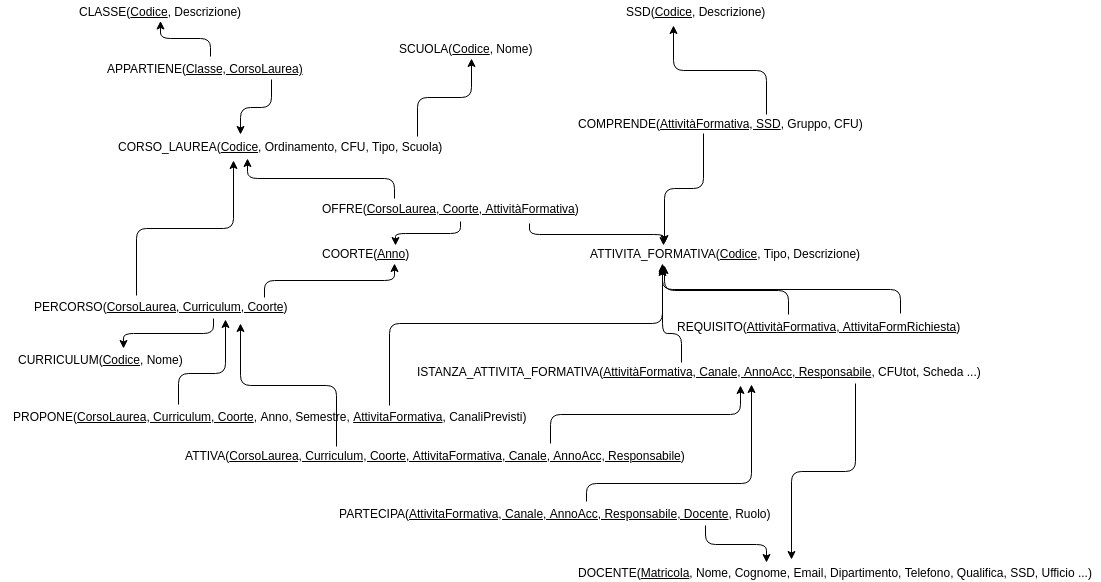
The draw.io diagram Schemas/relational model.png in lucamoroz/Didactics_DB, before a commit. Source tidied: cells renumbered, new cells last; positions are measured from the earlier drawing's top-left corner, leaving out a move shared by most shapes.
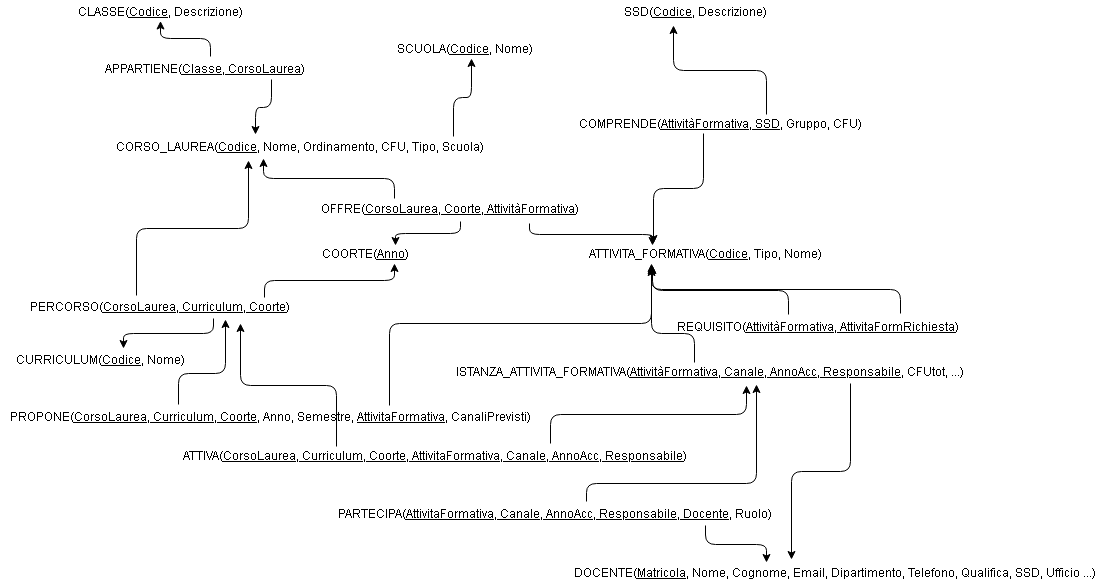
The same file after the commit.

Commit message:
update relational model

Diff of the diagram source:
```diff
@@ -14,8 +14,8 @@
     <mxCell id="5" value="SSD(&lt;u&gt;Codice&lt;/u&gt;, Descrizione)" style="text;html=1;align=center;verticalAlign=middle;points=[];fillColor=none;strokeColor=none;rounded=0;" parent="1" vertex="1">
       <mxGeometry x="620" y="-0.5" width="150" height="20" as="geometry" />
     </mxCell>
-    <mxCell id="6" value="CORSO_LAUREA(&lt;u&gt;Codice&lt;/u&gt;, Ordinamento, CFU, Tipo, Scuola)" style="text;html=1;align=center;verticalAlign=middle;points=[];fillColor=none;strokeColor=none;rounded=0;" parent="1" vertex="1">
-      <mxGeometry x="110" y="134.5" width="340" height="20" as="geometry" />
+    <mxCell id="6" value="CORSO_LAUREA(&lt;u&gt;Codice&lt;/u&gt;, Nome, Ordinamento, CFU, Tipo, Scuola)" style="text;html=1;align=center;verticalAlign=middle;points=[];fillColor=none;strokeColor=none;rounded=0;" parent="1" vertex="1">
+      <mxGeometry x="110" y="134.5" width="380" height="20" as="geometry" />
     </mxCell>
     <mxCell id="7" value="APPARTIENE(&lt;u&gt;Classe, CorsoLaurea)&lt;/u&gt;" style="text;html=1;align=center;verticalAlign=middle;points=[];fillColor=none;strokeColor=none;rounded=0;" parent="1" vertex="1">
       <mxGeometry x="100" y="57" width="210" height="20" as="geometry" />
@@ -35,8 +35,8 @@
     <mxCell id="12" value="COORTE(&lt;u&gt;Anno&lt;/u&gt;)" style="text;html=1;align=center;verticalAlign=middle;points=[];fillColor=none;strokeColor=none;rounded=0;" parent="1" vertex="1">
       <mxGeometry x="315" y="242" width="100" height="20" as="geometry" />
     </mxCell>
-    <mxCell id="13" value="ATTIVITA_FORMATIVA(&lt;u&gt;Codice&lt;/u&gt;, Tipo, Descrizione)" style="text;html=1;align=center;verticalAlign=middle;points=[];fillColor=none;strokeColor=none;rounded=0;" parent="1" vertex="1">
-      <mxGeometry x="580" y="242" width="290" height="20" as="geometry" />
+    <mxCell id="13" value="ATTIVITA_FORMATIVA(&lt;u&gt;Codice&lt;/u&gt;, Tipo, Nome)" style="text;html=1;align=center;verticalAlign=middle;points=[];fillColor=none;strokeColor=none;rounded=0;" parent="1" vertex="1">
+      <mxGeometry x="580" y="242" width="250" height="20" as="geometry" />
     </mxCell>
     <mxCell id="14" style="edgeStyle=elbowEdgeStyle;elbow=vertical;endArrow=classic;html=1;entryX=0.403;entryY=1.125;entryDx=0;entryDy=0;entryPerimeter=0;exitX=0.293;exitY=-0.025;exitDx=0;exitDy=0;exitPerimeter=0;" parent="1" edge="1" source="11" target="6">
       <mxGeometry relative="1" as="geometry" />
@@ -86,8 +86,8 @@
         </Array>
       </mxGeometry>
     </mxCell>
-    <mxCell id="27" value="ISTANZA_ATTIVITA_FORMATIVA(&lt;u&gt;AttivitàFormativa, Canale, AnnoAcc, Responsabile&lt;/u&gt;, CFUtot, Scheda ...)" style="text;html=1;align=center;verticalAlign=middle;points=[];fillColor=none;strokeColor=none;rounded=0;" parent="1" vertex="1">
-      <mxGeometry x="409" y="359.5" width="580" height="20" as="geometry" />
+    <mxCell id="27" value="ISTANZA_ATTIVITA_FORMATIVA(&lt;u&gt;AttivitàFormativa, Canale, AnnoAcc, Responsabile&lt;/u&gt;, CFUtot, ...)" style="text;html=1;align=center;verticalAlign=middle;points=[];fillColor=none;strokeColor=none;rounded=0;" parent="1" vertex="1">
+      <mxGeometry x="450" y="359.5" width="520" height="20" as="geometry" />
     </mxCell>
     <mxCell id="28" style="edgeStyle=elbowEdgeStyle;elbow=vertical;endArrow=classic;html=1;exitX=0.469;exitY=0.05;exitDx=0;exitDy=0;exitPerimeter=0;entryX=0.282;entryY=1.2;entryDx=0;entryDy=0;entryPerimeter=0;" parent="1" edge="1" source="27" target="13">
       <mxGeometry relative="1" as="geometry">
```
